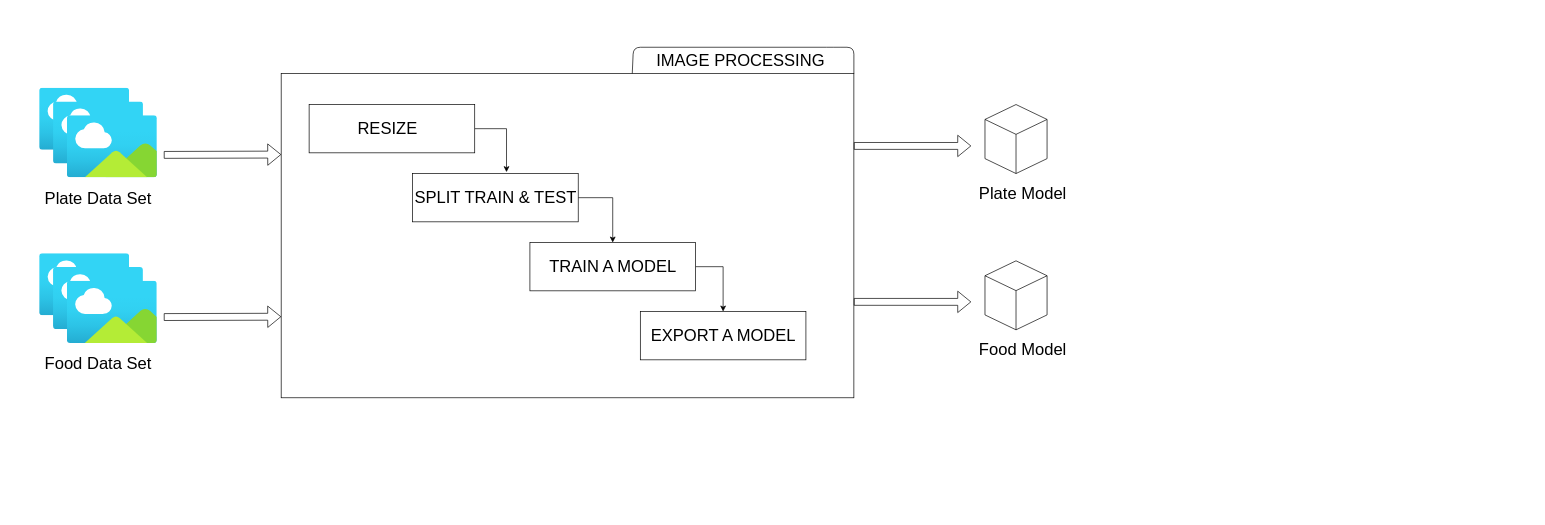
This is WorkLogic.drawio from ImageProcessingBasedDietApp/ColabWorks, a draw.io file, before an edit. Source tidied: cells renumbered, new cells numbered last; positions are measured from the earlier drawing's top-left corner, leaving out a move shared by most shapes. Both pictures are drawn from the tidied source at 69%, with x=0, y=0 at pixel (12, 47).
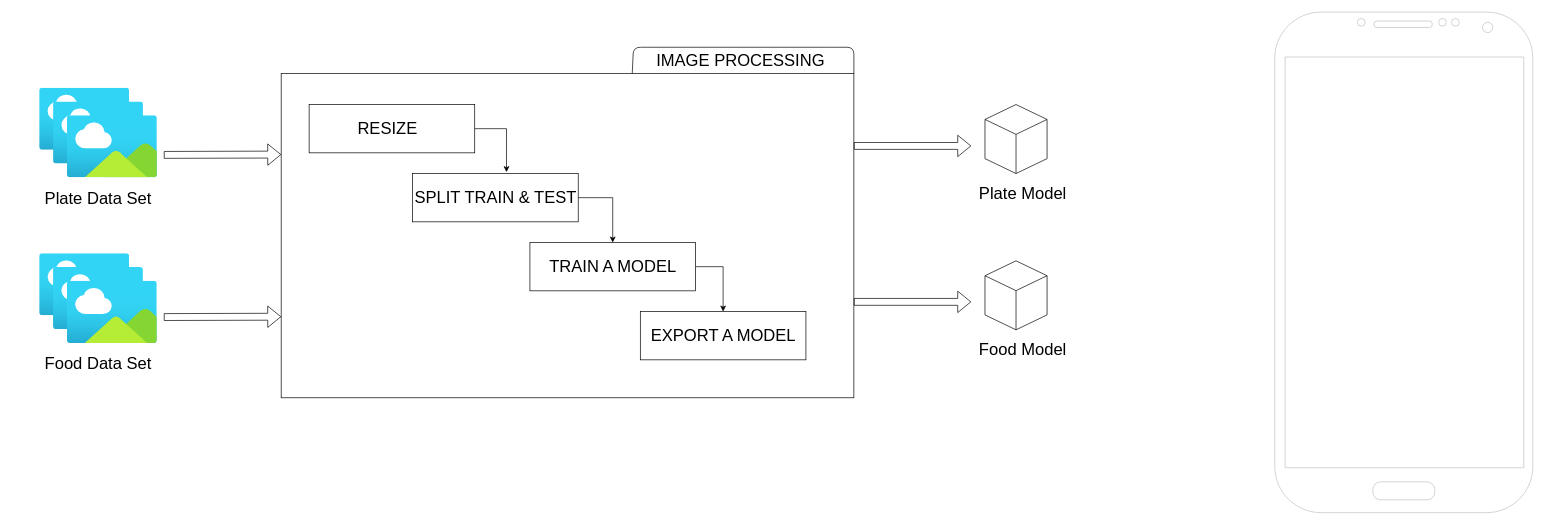
The same diagram, later.

What changed in the source:
```diff
@@
+    <mxCell id="28" style="verticalLabelPosition=bottom;verticalAlign=top;html=1;shadow=0;dashed=0;strokeWidth=1;shape=mxgraph.android.phone2;strokeColor=#c0c0c0;" parent="1" vertex="1">
+      <mxGeometry x="1830" y="-51" width="374" height="725.5" as="geometry" />
+    </mxCell>
```
